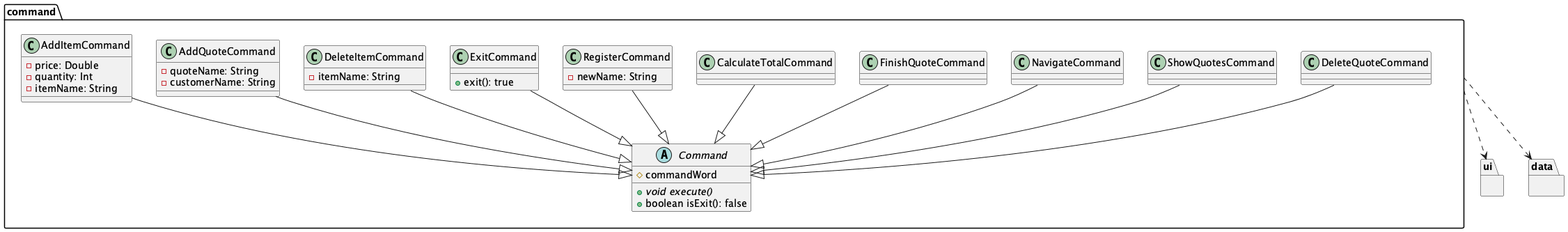
Tanjy55/tp keeps this PlantUML diagram as docs/src/CommandDiagram.png. Above is the earlier version. Source of this version:
```plantuml
@startuml
package command {
    class AddItemCommand {
        - price: Double
        - quantity: Int
        - itemName: String
    }

    class AddQuoteCommand {
        - quoteName: String
        - customerName: String
    }

    class DeleteItemCommand {
        - itemName: String
    }

    class ExitCommand {
        + exit(): true
    }

    class RegisterCommand {
        - newName: String
    }

    class CalculateTotalCommand {

    }

    class FinishQuoteCommand {

    }

    class NavigateCommand {

    }

    class ShowQuotesCommand {

    }

    class DeleteQuoteCommand {

    }

    abstract class Command {
        # commandWord
        + {abstract} void execute()
        + boolean isExit(): false
    }
}

package ui {

}

package data {

}


AddItemCommand --|> Command
AddQuoteCommand --|> Command
CalculateTotalCommand --|> Command
DeleteItemCommand --|> Command
DeleteQuoteCommand --|> Command
ExitCommand --|> Command
FinishQuoteCommand --|> Command
NavigateCommand --|> Command
RegisterCommand --|> Command
ShowQuotesCommand --|> Command

command ..> ui
command ..> data

@enduml
```
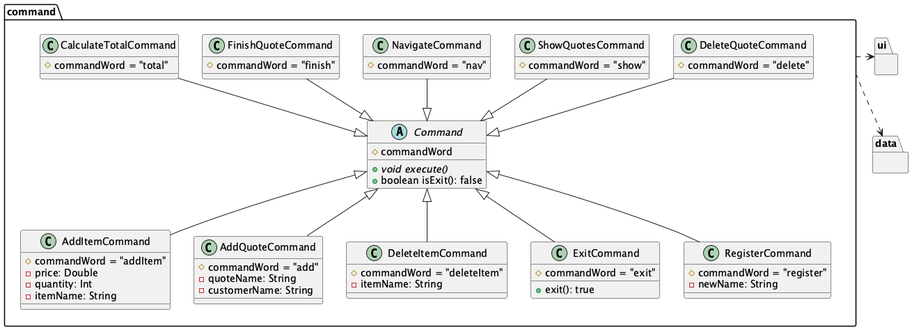
The same file after the commit.

Commit message:
Update UML diagrams and refine command structure in documentation

Change to the diagram source:
```diff
@@ -1,46 +1,51 @@
 @startuml
 package command {
     class AddItemCommand {
+        # commandWord = "addItem"
         - price: Double
         - quantity: Int
         - itemName: String
     }
 
     class AddQuoteCommand {
+        # commandWord = "add"
         - quoteName: String
         - customerName: String
     }
 
     class DeleteItemCommand {
+        # commandWord = "deleteItem"
         - itemName: String
     }
 
     class ExitCommand {
+        # commandWord = "exit"
         + exit(): true
     }
 
     class RegisterCommand {
+        # commandWord = "register"
         - newName: String
     }
 
     class CalculateTotalCommand {
-
+        # commandWord = "total"
     }
 
     class FinishQuoteCommand {
-
+        # commandWord = "finish"
     }
 
     class NavigateCommand {
-
+        # commandWord = "nav"
     }
 
     class ShowQuotesCommand {
-
+        # commandWord = "show"
     }
 
     class DeleteQuoteCommand {
-
+        # commandWord = "delete"
     }
 
     abstract class Command {
@@ -59,18 +64,18 @@
 }
 
 
-AddItemCommand --|> Command
-AddQuoteCommand --|> Command
+Command <|-- AddItemCommand
+Command <|-- AddQuoteCommand
+Command <|-- ExitCommand
+Command <|-- DeleteItemCommand
+Command <|-- RegisterCommand
 CalculateTotalCommand --|> Command
-DeleteItemCommand --|> Command
-DeleteQuoteCommand --|> Command
-ExitCommand --|> Command
 FinishQuoteCommand --|> Command
 NavigateCommand --|> Command
-RegisterCommand --|> Command
+DeleteQuoteCommand --|> Command
 ShowQuotesCommand --|> Command
 
-command ..> ui
+command .> ui
 command ..> data
 
 @enduml
```
